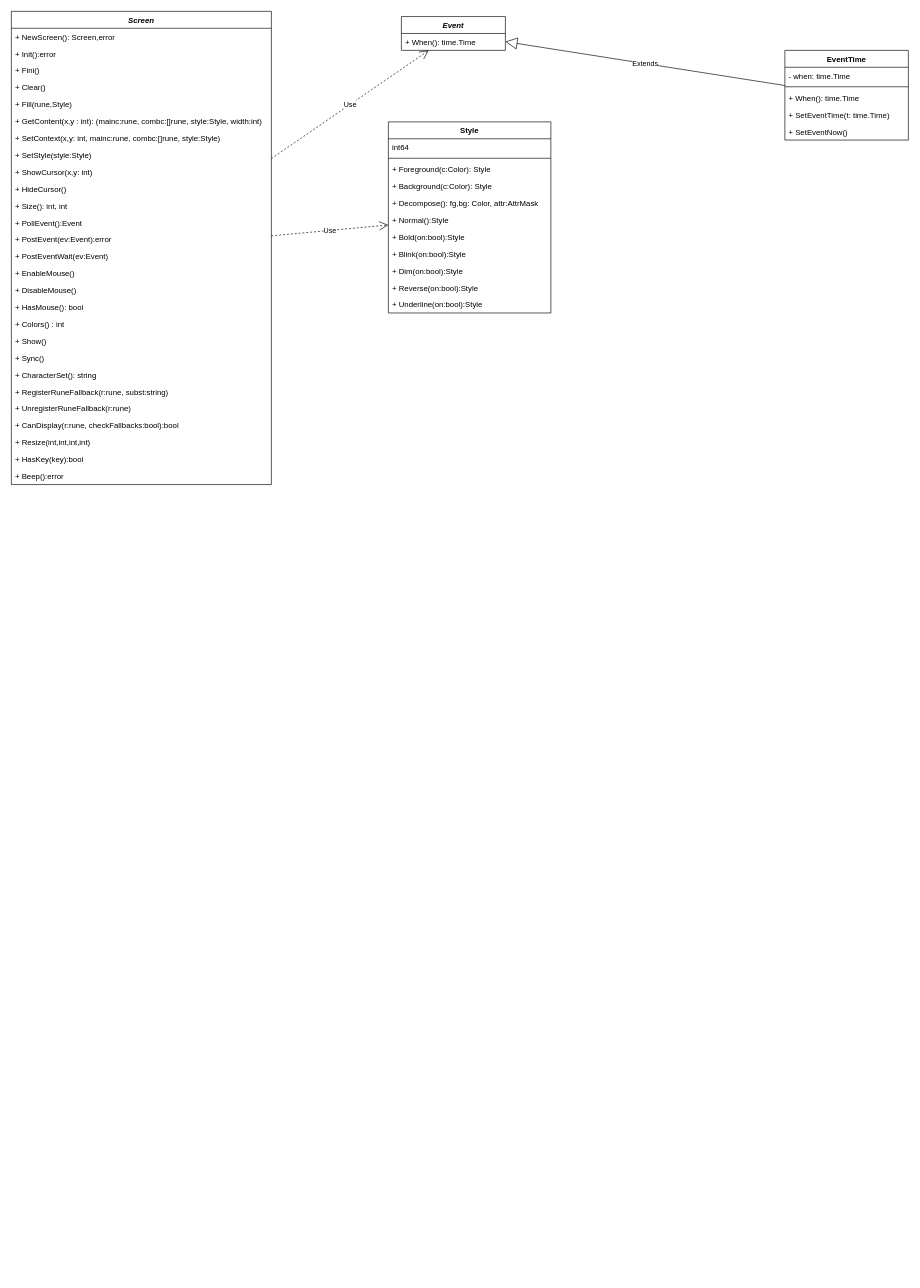
Before: 15.puzzle/tcell.drawio in 63isOK/conference_graph, a draw.io diagram. Source tidied: cells renumbered, new cells numbered last; positions are measured from the earlier drawing's top-left corner, leaving out a move shared by most shapes. Both pictures are drawn from the tidied source at 65%, with x=0, y=0 at pixel (11, 11).
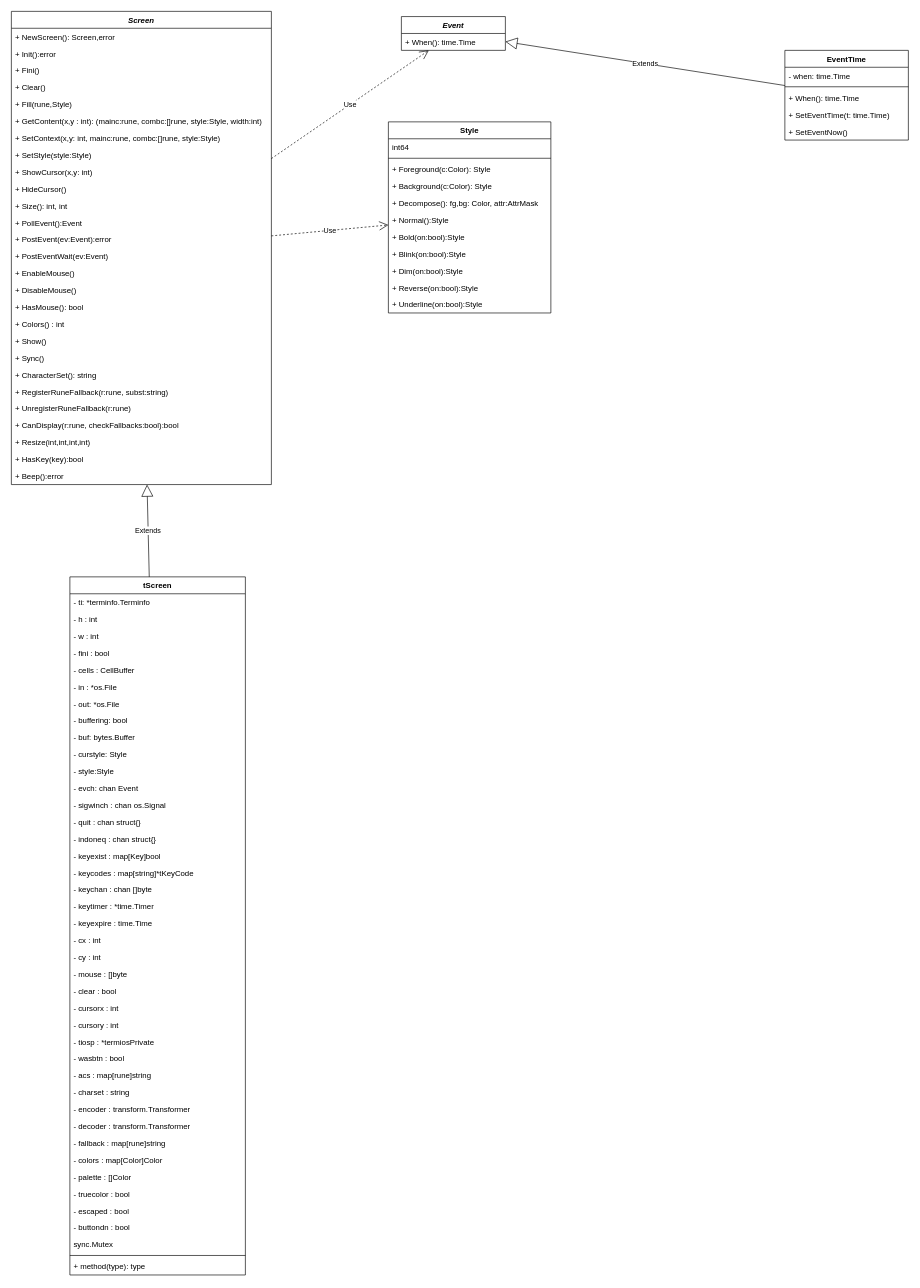
The same page after the edit.

The change refers to these unchanged cells:
```xml
<mxCell id="2" value="Screen" style="swimlane;fontStyle=3;align=center;verticalAlign=top;horizontal=1;startSize=26;" parent="1" vertex="1">
  <mxGeometry width="400" height="728" as="geometry" />
</mxCell>
```

Change to the diagram source:
```diff
@@
+    <mxCell id="53" value="tScreen" style="swimlane;fontStyle=1;align=center;verticalAlign=top;horizontal=1;startSize=26;" parent="1" vertex="1">
+      <mxGeometry x="90" y="870" width="270" height="1074" as="geometry" />
+    </mxCell>
+    <mxCell id="54" value="- ti: *terminfo.Terminfo" style="text;strokeColor=none;fillColor=none;align=left;verticalAlign=top;spacingLeft=4;spacingRight=4;overflow=hidden;" parent="53" vertex="1">
+      <mxGeometry y="26" width="270" height="26" as="geometry" />
+    </mxCell>
+    <mxCell id="55" value="- h : int" style="text;strokeColor=none;fillColor=none;align=left;verticalAlign=top;spacingLeft=4;spacingRight=4;overflow=hidden;" parent="53" vertex="1">
+      <mxGeometry y="52" width="270" height="26" as="geometry" />
+    </mxCell>
+    <mxCell id="56" value="- w : int" style="text;strokeColor=none;fillColor=none;align=left;verticalAlign=top;spacingLeft=4;spacingRight=4;overflow=hidden;" parent="53" vertex="1">
+      <mxGeometry y="78" width="270" height="26" as="geometry" />
+    </mxCell>
+    <mxCell id="57" value="- fini : bool" style="text;strokeColor=none;fillColor=none;align=left;verticalAlign=top;spacingLeft=4;spacingRight=4;overflow=hidden;" parent="53" vertex="1">
+      <mxGeometry y="104" width="270" height="26" as="geometry" />
+    </mxCell>
+    <mxCell id="58" value="- cells : CellBuffer" style="text;strokeColor=none;fillColor=none;align=left;verticalAlign=top;spacingLeft=4;spacingRight=4;overflow=hidden;" parent="53" vertex="1">
+      <mxGeometry y="130" width="270" height="26" as="geometry" />
+    </mxCell>
+    <mxCell id="59" value="- in : *os.File" style="text;strokeColor=none;fillColor=none;align=left;verticalAlign=top;spacingLeft=4;spacingRight=4;overflow=hidden;" parent="53" vertex="1">
+      <mxGeometry y="156" width="270" height="26" as="geometry" />
+    </mxCell>
+    <mxCell id="60" value="- out: *os.File" style="text;strokeColor=none;fillColor=none;align=left;verticalAlign=top;spacingLeft=4;spacingRight=4;overflow=hidden;" parent="53" vertex="1">
+      <mxGeometry y="182" width="270" height="26" as="geometry" />
+    </mxCell>
+    <mxCell id="61" value="- buffering: bool" style="text;strokeColor=none;fillColor=none;align=left;verticalAlign=top;spacingLeft=4;spacingRight=4;overflow=hidden;" parent="53" vertex="1">
+      <mxGeometry y="208" width="270" height="26" as="geometry" />
+    </mxCell>
+    <mxCell id="62" value="- buf: bytes.Buffer" style="text;strokeColor=none;fillColor=none;align=left;verticalAlign=top;spacingLeft=4;spacingRight=4;overflow=hidden;" parent="53" vertex="1">
+      <mxGeometry y="234" width="270" height="26" as="geometry" />
+    </mxCell>
+    <mxCell id="63" value="- curstyle: Style" style="text;strokeColor=none;fillColor=none;align=left;verticalAlign=top;spacingLeft=4;spacingRight=4;overflow=hidden;" parent="53" vertex="1">
+      <mxGeometry y="260" width="270" height="26" as="geometry" />
+    </mxCell>
+    <mxCell id="64" value="- style:Style" style="text;strokeColor=none;fillColor=none;align=left;verticalAlign=top;spacingLeft=4;spacingRight=4;overflow=hidden;" parent="53" vertex="1">
+      <mxGeometry y="286" width="270" height="26" as="geometry" />
+    </mxCell>
+    <mxCell id="65" value="- evch: chan Event" style="text;strokeColor=none;fillColor=none;align=left;verticalAlign=top;spacingLeft=4;spacingRight=4;overflow=hidden;" parent="53" vertex="1">
+      <mxGeometry y="312" width="270" height="26" as="geometry" />
+    </mxCell>
+    <mxCell id="66" value="- sigwinch : chan os.Signal" style="text;strokeColor=none;fillColor=none;align=left;verticalAlign=top;spacingLeft=4;spacingRight=4;overflow=hidden;" parent="53" vertex="1">
+      <mxGeometry y="338" width="270" height="26" as="geometry" />
+    </mxCell>
+    <mxCell id="67" value="- quit : chan struct{}" style="text;strokeColor=none;fillColor=none;align=left;verticalAlign=top;spacingLeft=4;spacingRight=4;overflow=hidden;" parent="53" vertex="1">
+      <mxGeometry y="364" width="270" height="26" as="geometry" />
+    </mxCell>
+    <mxCell id="68" value="- indoneq : chan struct{}" style="text;strokeColor=none;fillColor=none;align=left;verticalAlign=top;spacingLeft=4;spacingRight=4;overflow=hidden;" parent="53" vertex="1">
+      <mxGeometry y="390" width="270" height="26" as="geometry" />
+    </mxCell>
+    <mxCell id="69" value="- keyexist : map[Key]bool" style="text;strokeColor=none;fillColor=none;align=left;verticalAlign=top;spacingLeft=4;spacingRight=4;overflow=hidden;" parent="53" vertex="1">
+      <mxGeometry y="416" width="270" height="26" as="geometry" />
+    </mxCell>
+    <mxCell id="70" value="- keycodes : map[string]*tKeyCode" style="text;strokeColor=none;fillColor=none;align=left;verticalAlign=top;spacingLeft=4;spacingRight=4;overflow=hidden;" parent="53" vertex="1">
+      <mxGeometry y="442" width="270" height="26" as="geometry" />
+    </mxCell>
+    <mxCell id="71" value="- keychan : chan []byte" style="text;strokeColor=none;fillColor=none;align=left;verticalAlign=top;spacingLeft=4;spacingRight=4;overflow=hidden;" parent="53" vertex="1">
+      <mxGeometry y="468" width="270" height="26" as="geometry" />
+    </mxCell>
+    <mxCell id="72" value="- keytimer : *time.Timer" style="text;strokeColor=none;fillColor=none;align=left;verticalAlign=top;spacingLeft=4;spacingRight=4;overflow=hidden;" parent="53" vertex="1">
+      <mxGeometry y="494" width="270" height="26" as="geometry" />
+    </mxCell>
+    <mxCell id="73" value="- keyexpire : time.Time" style="text;strokeColor=none;fillColor=none;align=left;verticalAlign=top;spacingLeft=4;spacingRight=4;overflow=hidden;" parent="53" vertex="1">
+      <mxGeometry y="520" width="270" height="26" as="geometry" />
+    </mxCell>
+    <mxCell id="74" value="- cx : int" style="text;strokeColor=none;fillColor=none;align=left;verticalAlign=top;spacingLeft=4;spacingRight=4;overflow=hidden;" parent="53" vertex="1">
+      <mxGeometry y="546" width="270" height="26" as="geometry" />
+    </mxCell>
+    <mxCell id="75" value="- cy : int" style="text;strokeColor=none;fillColor=none;align=left;verticalAlign=top;spacingLeft=4;spacingRight=4;overflow=hidden;" parent="53" vertex="1">
+      <mxGeometry y="572" width="270" height="26" as="geometry" />
+    </mxCell>
+    <mxCell id="76" value="- mouse : []byte" style="text;strokeColor=none;fillColor=none;align=left;verticalAlign=top;spacingLeft=4;spacingRight=4;overflow=hidden;" parent="53" vertex="1">
+      <mxGeometry y="598" width="270" height="26" as="geometry" />
+    </mxCell>
+    <mxCell id="77" value="- clear : bool" style="text;strokeColor=none;fillColor=none;align=left;verticalAlign=top;spacingLeft=4;spacingRight=4;overflow=hidden;" parent="53" vertex="1">
+      <mxGeometry y="624" width="270" height="26" as="geometry" />
+    </mxCell>
+    <mxCell id="78" value="- cursorx : int" style="text;strokeColor=none;fillColor=none;align=left;verticalAlign=top;spacingLeft=4;spacingRight=4;overflow=hidden;" parent="53" vertex="1">
+      <mxGeometry y="650" width="270" height="26" as="geometry" />
+    </mxCell>
+    <mxCell id="79" value="- cursory : int" style="text;strokeColor=none;fillColor=none;align=left;verticalAlign=top;spacingLeft=4;spacingRight=4;overflow=hidden;" parent="53" vertex="1">
+      <mxGeometry y="676" width="270" height="26" as="geometry" />
+    </mxCell>
+    <mxCell id="80" value="- tiosp : *termiosPrivate" style="text;strokeColor=none;fillColor=none;align=left;verticalAlign=top;spacingLeft=4;spacingRight=4;overflow=hidden;" parent="53" vertex="1">
+      <mxGeometry y="702" width="270" height="26" as="geometry" />
+    </mxCell>
+    <mxCell id="81" value="- wasbtn : bool" style="text;strokeColor=none;fillColor=none;align=left;verticalAlign=top;spacingLeft=4;spacingRight=4;overflow=hidden;" parent="53" vertex="1">
+      <mxGeometry y="728" width="270" height="26" as="geometry" />
+    </mxCell>
+    <mxCell id="82" value="- acs : map[rune]string" style="text;strokeColor=none;fillColor=none;align=left;verticalAlign=top;spacingLeft=4;spacingRight=4;overflow=hidden;" parent="53" vertex="1">
+      <mxGeometry y="754" width="270" height="26" as="geometry" />
+    </mxCell>
+    <mxCell id="83" value="- charset : string" style="text;strokeColor=none;fillColor=none;align=left;verticalAlign=top;spacingLeft=4;spacingRight=4;overflow=hidden;" parent="53" vertex="1">
+      <mxGeometry y="780" width="270" height="26" as="geometry" />
+    </mxCell>
+    <mxCell id="84" value="- encoder : transform.Transformer" style="text;strokeColor=none;fillColor=none;align=left;verticalAlign=top;spacingLeft=4;spacingRight=4;overflow=hidden;" parent="53" vertex="1">
+      <mxGeometry y="806" width="270" height="26" as="geometry" />
+    </mxCell>
+    <mxCell id="85" value="- decoder : transform.Transformer" style="text;strokeColor=none;fillColor=none;align=left;verticalAlign=top;spacingLeft=4;spacingRight=4;overflow=hidden;" parent="53" vertex="1">
+      <mxGeometry y="832" width="270" height="26" as="geometry" />
+    </mxCell>
+    <mxCell id="86" value="- fallback : map[rune]string" style="text;strokeColor=none;fillColor=none;align=left;verticalAlign=top;spacingLeft=4;spacingRight=4;overflow=hidden;" parent="53" vertex="1">
+      <mxGeometry y="858" width="270" height="26" as="geometry" />
+    </mxCell>
+    <mxCell id="87" value="- colors : map[Color]Color" style="text;strokeColor=none;fillColor=none;align=left;verticalAlign=top;spacingLeft=4;spacingRight=4;overflow=hidden;" parent="53" vertex="1">
+      <mxGeometry y="884" width="270" height="26" as="geometry" />
+    </mxCell>
+    <mxCell id="88" value="- palette : []Color" style="text;strokeColor=none;fillColor=none;align=left;verticalAlign=top;spacingLeft=4;spacingRight=4;overflow=hidden;" parent="53" vertex="1">
+      <mxGeometry y="910" width="270" height="26" as="geometry" />
+    </mxCell>
+    <mxCell id="89" value="- truecolor : bool" style="text;strokeColor=none;fillColor=none;align=left;verticalAlign=top;spacingLeft=4;spacingRight=4;overflow=hidden;" parent="53" vertex="1">
+      <mxGeometry y="936" width="270" height="26" as="geometry" />
+    </mxCell>
+    <mxCell id="90" value="- escaped : bool" style="text;strokeColor=none;fillColor=none;align=left;verticalAlign=top;spacingLeft=4;spacingRight=4;overflow=hidden;" parent="53" vertex="1">
+      <mxGeometry y="962" width="270" height="26" as="geometry" />
+    </mxCell>
+    <mxCell id="91" value="- buttondn : bool" style="text;strokeColor=none;fillColor=none;align=left;verticalAlign=top;spacingLeft=4;spacingRight=4;overflow=hidden;" parent="53" vertex="1">
+      <mxGeometry y="988" width="270" height="26" as="geometry" />
+    </mxCell>
+    <mxCell id="92" value="sync.Mutex" style="text;strokeColor=none;fillColor=none;align=left;verticalAlign=top;spacingLeft=4;spacingRight=4;overflow=hidden;" parent="53" vertex="1">
+      <mxGeometry y="1014" width="270" height="26" as="geometry" />
+    </mxCell>
+    <mxCell id="93" style="line;strokeWidth=1;fillColor=none;align=left;verticalAlign=middle;spacingTop=-1;spacingLeft=3;spacingRight=3;labelPosition=right;" parent="53" vertex="1">
+      <mxGeometry y="1040" width="270" height="8" as="geometry" />
+    </mxCell>
+    <mxCell id="94" value="+ method(type): type" style="text;strokeColor=none;fillColor=none;align=left;verticalAlign=top;spacingLeft=4;spacingRight=4;overflow=hidden;" parent="53" vertex="1">
+      <mxGeometry y="1048" width="270" height="26" as="geometry" />
+    </mxCell>
+    <mxCell id="95" value="Extends" style="endArrow=block;endSize=16;endFill=0;html=1;" parent="1" edge="1" source="53" target="2">
+      <mxGeometry relative="1" as="geometry" />
+    </mxCell>
```
